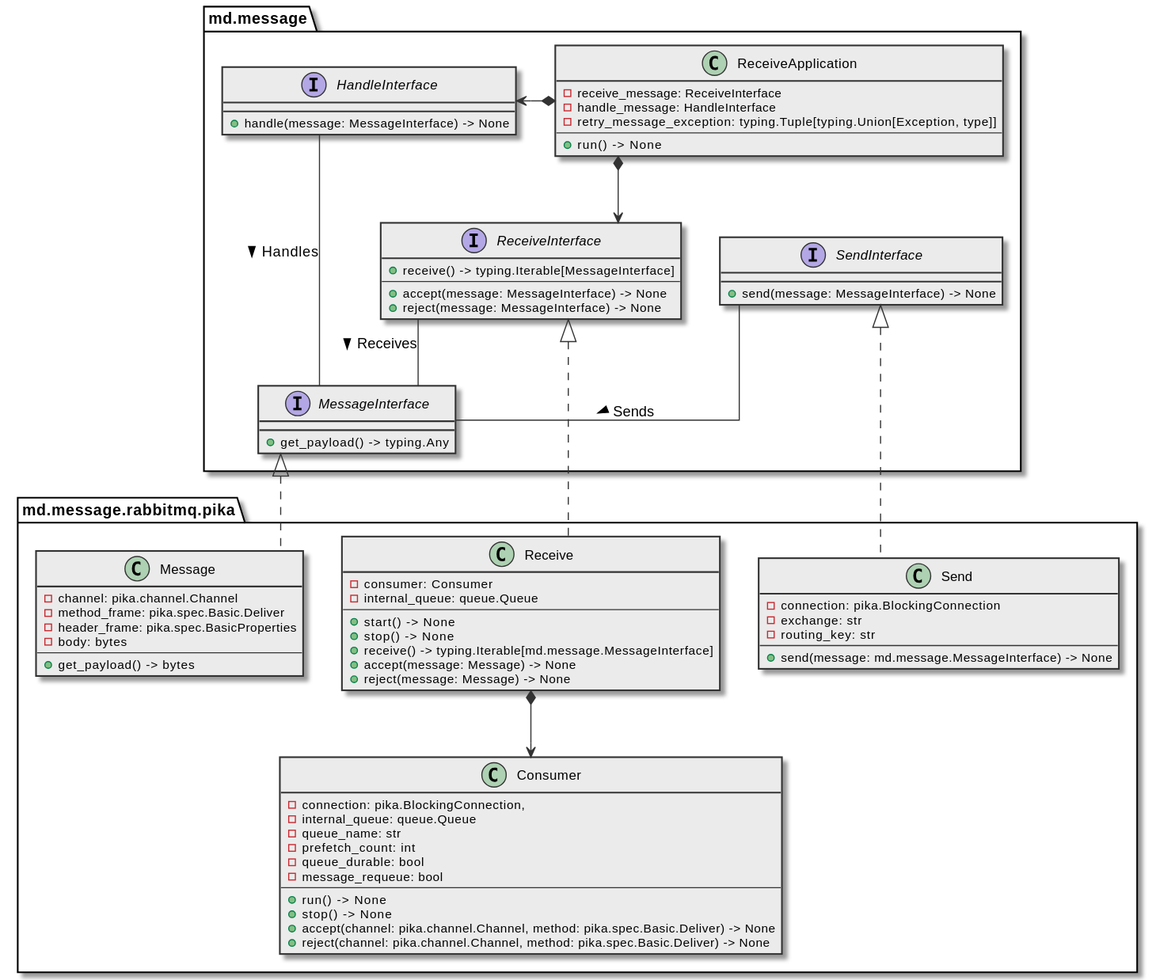
Earlier version of the PlantUML export docs/_static/architecture.class-diagram.svg (md-py/md.message.rabbitmq.pika).
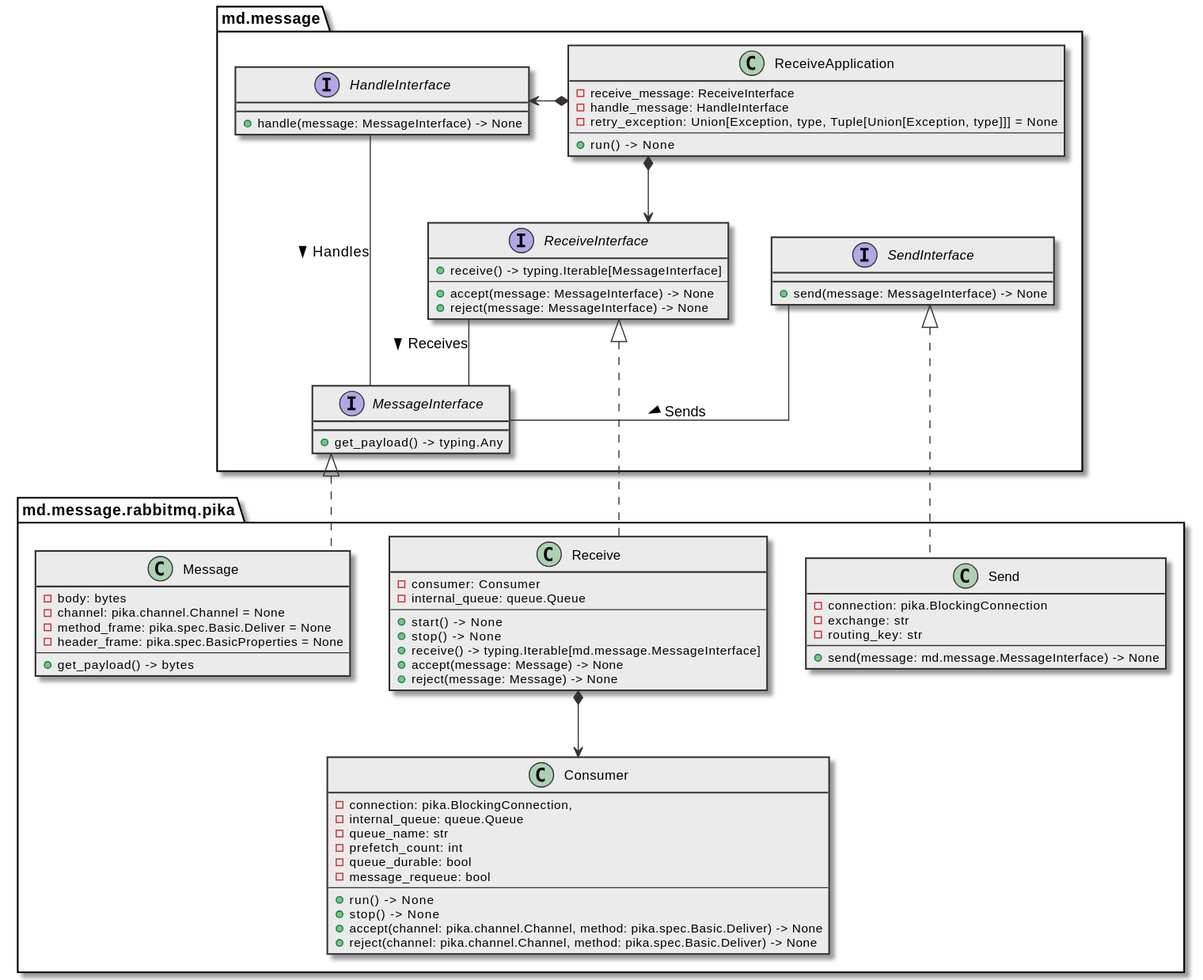
Above is the later version.

Commit message:
documentation: update architecture class diagrams according to latest changes

Diff of the diagram source:
```diff
@@ -17,7 +17,6 @@
     + send(message: MessageInterface) -> None
   }
 
-
   interface ReceiveInterface{
     + receive() -> typing.Iterable[MessageInterface]
     --
@@ -32,7 +31,7 @@
   class ReceiveApplication {
     - receive_message: ReceiveInterface
     - handle_message: HandleInterface
-    - retry_message_exception: typing.Tuple[typing.Union[Exception, type]]
+    - retry_exception: Union[Exception, type, Tuple[Union[Exception, type]]] = None
     ---
     + run() -> None
   }
@@ -49,10 +48,10 @@
 
 package md.message.rabbitmq.pika {
   class Message implements MessageInterface {
-    - channel: pika.channel.Channel
-    - method_frame: pika.spec.Basic.Deliver
-    - header_frame: pika.spec.BasicProperties
     - body: bytes
+    - channel: pika.channel.Channel = None
+    - method_frame: pika.spec.Basic.Deliver = None
+    - header_frame: pika.spec.BasicProperties = None
     ---
     + get_payload() -> bytes
   }
```
